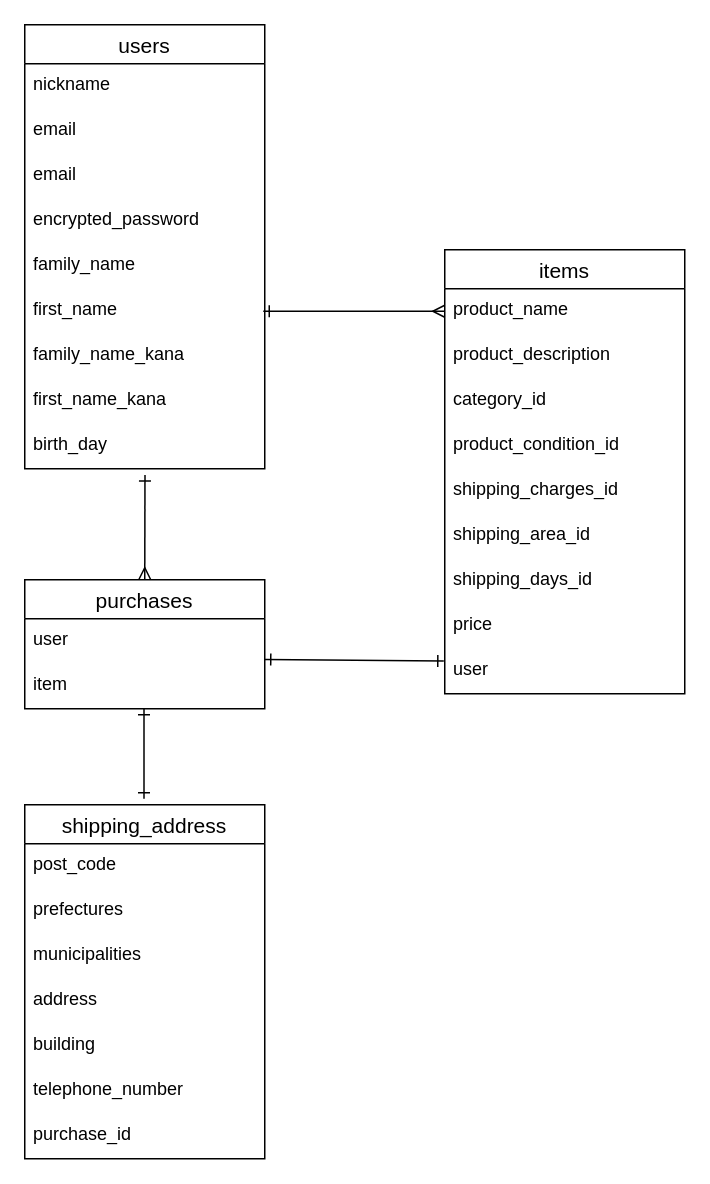
Before: ER.dio in marrrkk/furima-36967, a draw.io diagram. Source tidied: cells renumbered, new cells numbered last; positions are measured from the earlier drawing's top-left corner, leaving out a move shared by most shapes. Both pictures are drawn from the tidied source at 150%, with x=0, y=0 at pixel (24, 24).
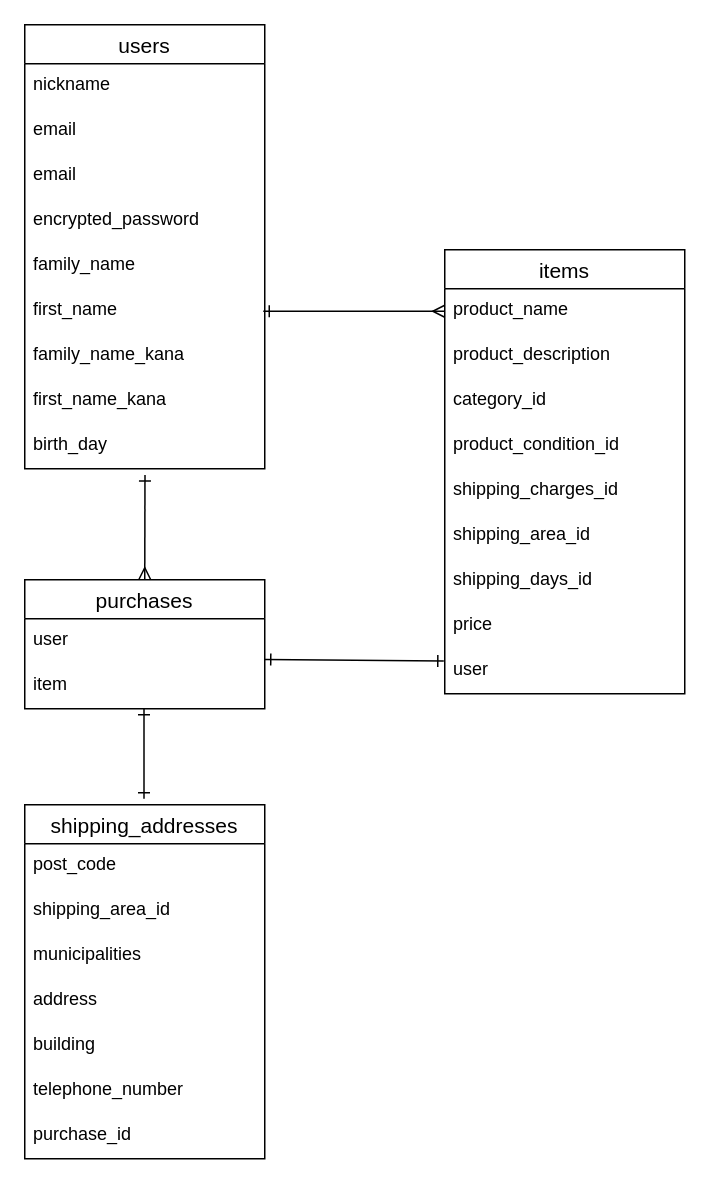
After the change.

Commit message (it also covers changes not shown here):
コードレビュー後再々々編集

What changed in the source:
```diff
@@
-    <mxCell id="27" value="shipping_address" style="swimlane;fontStyle=0;horizontal=1;startSize=26;align=center;fontSize=14;" parent="1" vertex="1">
+    <mxCell id="27" value="shipping_addresses" style="swimlane;fontStyle=0;horizontal=1;startSize=26;align=center;fontSize=14;" parent="1" vertex="1">
       <mxGeometry y="520" width="160" height="236" as="geometry" />
     </mxCell>
@@
-    <mxCell id="29" value="prefectures" style="text;strokeColor=none;fillColor=none;spacingLeft=4;spacingRight=4;overflow=hidden;fontSize=12;" parent="27" vertex="1">
+    <mxCell id="29" value="shipping_area_id" style="text;strokeColor=none;fillColor=none;spacingLeft=4;spacingRight=4;overflow=hidden;fontSize=12;" parent="27" vertex="1">
       <mxGeometry y="56" width="160" height="30" as="geometry" />
     </mxCell>
```
